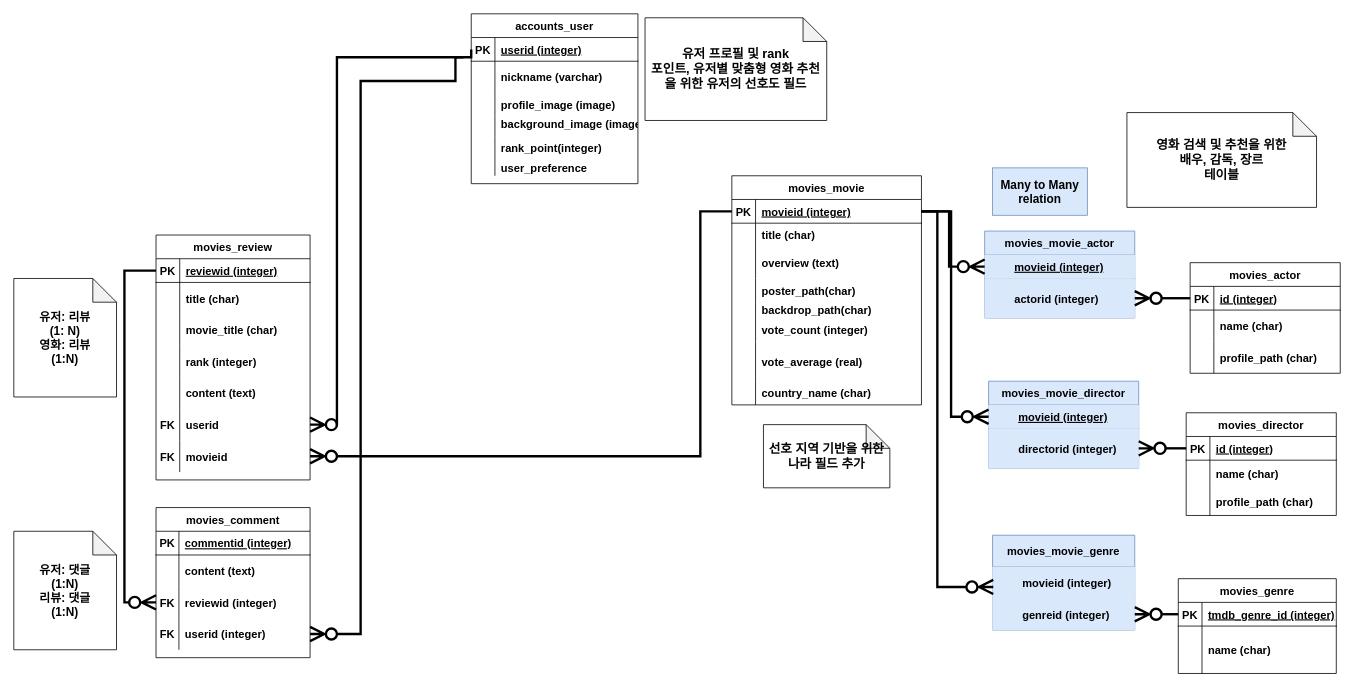
Santiago-kwp/TIL keeps this draw.io diagram as sqlite-learn/prac_sql/movie_pjt.drawio. Above is the earlier version. Source tidied: cells renumbered, new cells numbered last; positions are measured from the earlier drawing's top-left corner, leaving out a move shared by most shapes. Both pictures are drawn from the tidied source at 79%, with x=0, y=0 at pixel (13, 13).
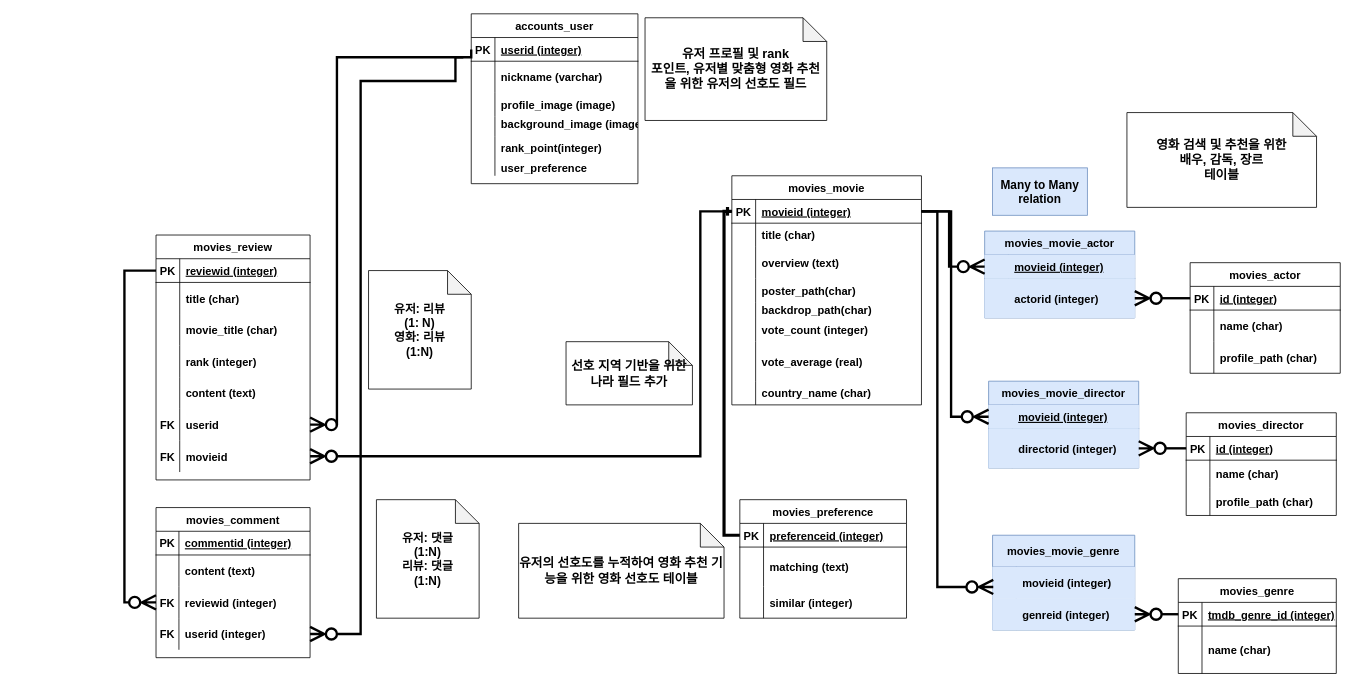
The same page after the edit.

Unchanged cells that the change refers to:
```xml
<mxCell id="23" style="shape=partialRectangle;fillColor=none;top=0;left=0;bottom=1;right=0;points=[[0,0.5],[1,0.5]];portConstraint=eastwest;fontStyle=1;fontSize=14;" parent="22" vertex="1">
  <mxGeometry y="30" width="240" height="30" as="geometry" />
</mxCell>
<mxCell id="26" style="shape=partialRectangle;fillColor=none;top=0;left=0;bottom=0;right=0;fontStyle=1;fontSize=14;" parent="22" vertex="1">
  <mxGeometry y="60" width="240" height="30" as="geometry" />
</mxCell>
<mxCell id="29" style="shape=partialRectangle;fillColor=none;top=0;left=0;bottom=0;right=0;fontStyle=1;fontSize=14;" parent="22" vertex="1">
  <mxGeometry y="90" width="240" height="40" as="geometry" />
</mxCell>
<mxCell id="32" style="shape=partialRectangle;fillColor=none;top=0;left=0;bottom=0;right=0;fontStyle=1;fontSize=14;" parent="22" vertex="1">
  <mxGeometry y="130" width="240" height="30" as="geometry" />
</mxCell>
<mxCell id="35" style="shape=partialRectangle;fillColor=none;top=0;left=0;bottom=0;right=0;fontStyle=1;fontSize=14;" parent="22" vertex="1">
  <mxGeometry y="160" width="240" height="20" as="geometry" />
</mxCell>
<mxCell id="38" style="shape=partialRectangle;fillColor=none;top=0;left=0;bottom=0;right=0;fontStyle=1;fontSize=14;" parent="22" vertex="1">
  <mxGeometry y="180" width="240" height="30" as="geometry" />
</mxCell>
<mxCell id="41" style="shape=partialRectangle;fillColor=none;top=0;left=0;bottom=0;right=0;fontStyle=1;fontSize=14;" parent="22" vertex="1">
  <mxGeometry y="210" width="240" height="50" as="geometry" />
</mxCell>
<mxCell id="44" style="shape=partialRectangle;fillColor=none;top=0;left=0;bottom=0;right=0;fontStyle=1;fontSize=14;" parent="22" vertex="1">
  <mxGeometry y="260" width="240" height="30" as="geometry" />
</mxCell>
```

The edit, as a diff of the source:
```diff
@@
     <mxCell id="24" value="PK" style="shape=partialRectangle;fillColor=none;top=0;left=0;bottom=0;right=0;fontStyle=1;overflow=hidden;fontSize=14;" parent="23" vertex="1">
-      <mxGeometry width="30" height="30" as="geometry" />
+      <mxGeometry width="30.1" height="30" as="geometry" />
     </mxCell>
     <mxCell id="25" value="movieid (integer)" style="shape=partialRectangle;fillColor=none;top=0;left=0;bottom=0;right=0;align=left;spacingLeft=6;fontStyle=5;overflow=hidden;fontSize=14;" parent="23" vertex="1">
-      <mxGeometry x="30" width="210" height="30" as="geometry" />
+      <mxGeometry x="30.1" width="209.9" height="30" as="geometry" />
     </mxCell>
@@
     <mxCell id="27" style="shape=partialRectangle;fillColor=none;top=0;left=0;bottom=0;right=0;overflow=hidden;fontStyle=1;fontSize=14;" parent="26" vertex="1">
-      <mxGeometry width="30" height="30" as="geometry" />
+      <mxGeometry width="30.1" height="30" as="geometry" />
     </mxCell>
     <mxCell id="28" value="title (char)" style="shape=partialRectangle;fillColor=none;top=0;left=0;bottom=0;right=0;align=left;spacingLeft=6;overflow=hidden;fontStyle=1;fontSize=14;" parent="26" vertex="1">
-      <mxGeometry x="30" width="210" height="30" as="geometry" />
+      <mxGeometry x="30.1" width="209.9" height="30" as="geometry" />
     </mxCell>
@@
     <mxCell id="30" style="shape=partialRectangle;fillColor=none;top=0;left=0;bottom=0;right=0;overflow=hidden;fontStyle=1;fontSize=14;" parent="29" vertex="1">
-      <mxGeometry width="30" height="40" as="geometry" />
+      <mxGeometry width="30.1" height="40" as="geometry" />
     </mxCell>
     <mxCell id="31" value="overview (text)" style="shape=partialRectangle;fillColor=none;top=0;left=0;bottom=0;right=0;align=left;spacingLeft=6;overflow=hidden;fontStyle=1;fontSize=14;" parent="29" vertex="1">
-      <mxGeometry x="30" width="210" height="40" as="geometry" />
+      <mxGeometry x="30.1" width="209.9" height="40" as="geometry" />
     </mxCell>
@@
     <mxCell id="33" style="shape=partialRectangle;fillColor=none;top=0;left=0;bottom=0;right=0;overflow=hidden;fontStyle=1;fontSize=14;" parent="32" vertex="1">
-      <mxGeometry width="30" height="30" as="geometry" />
+      <mxGeometry width="30.1" height="30" as="geometry" />
     </mxCell>
     <mxCell id="34" value="poster_path(char)" style="shape=partialRectangle;fillColor=none;top=0;left=0;bottom=0;right=0;align=left;spacingLeft=6;overflow=hidden;fontStyle=1;fontSize=14;" parent="32" vertex="1">
-      <mxGeometry x="30" width="210" height="30" as="geometry" />
+      <mxGeometry x="30.1" width="209.9" height="30" as="geometry" />
     </mxCell>
@@
     <mxCell id="36" style="shape=partialRectangle;fillColor=none;top=0;left=0;bottom=0;right=0;overflow=hidden;fontStyle=1;fontSize=14;" parent="35" vertex="1">
-      <mxGeometry width="30" height="20" as="geometry" />
+      <mxGeometry width="30.1" height="20" as="geometry" />
     </mxCell>
     <mxCell id="37" value="backdrop_path(char)" style="shape=partialRectangle;fillColor=none;top=0;left=0;bottom=0;right=0;align=left;spacingLeft=6;overflow=hidden;fontStyle=1;fontSize=14;" parent="35" vertex="1">
-      <mxGeometry x="30" width="210" height="20" as="geometry" />
+      <mxGeometry x="30.1" width="209.9" height="20" as="geometry" />
     </mxCell>
@@
     <mxCell id="39" style="shape=partialRectangle;fillColor=none;top=0;left=0;bottom=0;right=0;overflow=hidden;fontStyle=1;fontSize=14;" parent="38" vertex="1">
-      <mxGeometry width="30" height="30" as="geometry" />
+      <mxGeometry width="30.1" height="30" as="geometry" />
     </mxCell>
     <mxCell id="40" value="vote_count (integer)" style="shape=partialRectangle;fillColor=none;top=0;left=0;bottom=0;right=0;align=left;spacingLeft=6;overflow=hidden;fontStyle=1;fontSize=14;" parent="38" vertex="1">
-      <mxGeometry x="30" width="210" height="30" as="geometry" />
+      <mxGeometry x="30.1" width="209.9" height="30" as="geometry" />
     </mxCell>
@@
     <mxCell id="42" style="shape=partialRectangle;fillColor=none;top=0;left=0;bottom=0;right=0;overflow=hidden;fontStyle=1;fontSize=14;" parent="41" vertex="1">
-      <mxGeometry width="30" height="50" as="geometry" />
+      <mxGeometry width="30.1" height="50" as="geometry" />
     </mxCell>
     <mxCell id="43" value="vote_average (real)" style="shape=partialRectangle;fillColor=none;top=0;left=0;bottom=0;right=0;align=left;spacingLeft=6;overflow=hidden;fontStyle=1;fontSize=14;" parent="41" vertex="1">
-      <mxGeometry x="30" width="210" height="50" as="geometry" />
+      <mxGeometry x="30.1" width="209.9" height="50" as="geometry" />
     </mxCell>
@@
     <mxCell id="45" style="shape=partialRectangle;fillColor=none;top=0;left=0;bottom=0;right=0;overflow=hidden;fontStyle=1;fontSize=14;" parent="44" vertex="1">
-      <mxGeometry width="30" height="30" as="geometry" />
+      <mxGeometry width="30.1" height="30" as="geometry" />
     </mxCell>
     <mxCell id="46" value="country_name (char)" style="shape=partialRectangle;fillColor=none;top=0;left=0;bottom=0;right=0;align=left;spacingLeft=6;overflow=hidden;fontStyle=1;fontSize=14;" parent="44" vertex="1">
-      <mxGeometry x="30" width="210" height="30" as="geometry" />
+      <mxGeometry x="30.1" width="209.9" height="30" as="geometry" />
     </mxCell>
@@
     <mxCell id="139" value="&lt;span style=&quot;font-size: 15px&quot;&gt;&lt;b&gt;유저: 댓글&lt;br&gt;(1:N)&lt;br&gt;리뷰: 댓글&lt;br&gt;(1:N)&lt;br&gt;&lt;/b&gt;&lt;/span&gt;" style="shape=note;whiteSpace=wrap;html=1;backgroundOutline=1;darkOpacity=0.05;fontSize=13;gradientColor=none;" parent="1" vertex="1">
-      <mxGeometry y="655" width="130" height="150" as="geometry" />
+      <mxGeometry x="459" y="615" width="130" height="150" as="geometry" />
     </mxCell>
     <mxCell id="140" value="&lt;b style=&quot;font-size: 15px&quot;&gt;유저: 리뷰&lt;br&gt;(1: N)&lt;br&gt;영화: 리뷰&lt;br&gt;(1:N)&lt;/b&gt;" style="shape=note;whiteSpace=wrap;html=1;backgroundOutline=1;darkOpacity=0.05;fontSize=13;gradientColor=none;" parent="1" vertex="1">
-      <mxGeometry y="335" width="130" height="150" as="geometry" />
+      <mxGeometry x="449" y="325" width="130" height="150" as="geometry" />
     </mxCell>
@@
     <mxCell id="144" value="&lt;b style=&quot;font-size: 16px&quot;&gt;선호 지역 기반을 위한&lt;br&gt;나라 필드 추가&lt;br&gt;&lt;/b&gt;" style="shape=note;whiteSpace=wrap;html=1;backgroundOutline=1;darkOpacity=0.05;fontSize=13;gradientColor=none;" parent="1" vertex="1">
-      <mxGeometry x="948.9" y="520" width="160" height="80" as="geometry" />
+      <mxGeometry x="699" y="415" width="160" height="80" as="geometry" />
     </mxCell>
+    <mxCell id="145" value="movies_preference" style="shape=table;startSize=30;childLayout=tableLayout;rowLines=0;fontStyle=1;align=center;fontSize=14;" parent="1" vertex="1">
+      <mxGeometry x="919" y="615" width="211" height="150" as="geometry" />
+    </mxCell>
+    <mxCell id="146" style="shape=partialRectangle;fillColor=none;top=0;left=0;bottom=1;right=0;points=[[0,0.5],[1,0.5]];portConstraint=eastwest;fontStyle=1;fontSize=14;" parent="145" vertex="1">
+      <mxGeometry y="30" width="211" height="30" as="geometry" />
+    </mxCell>
+    <mxCell id="147" value="PK" style="shape=partialRectangle;fillColor=none;top=0;left=0;bottom=0;right=0;fontStyle=1;overflow=hidden;fontSize=14;" parent="146" vertex="1">
+      <mxGeometry width="30" height="30" as="geometry" />
+    </mxCell>
+    <mxCell id="148" value="preferenceid (integer)" style="shape=partialRectangle;fillColor=none;top=0;left=0;bottom=0;right=0;align=left;spacingLeft=6;fontStyle=5;overflow=hidden;fontSize=14;" parent="146" vertex="1">
+      <mxGeometry x="30" width="181" height="30" as="geometry" />
+    </mxCell>
+    <mxCell id="149" style="shape=partialRectangle;fillColor=none;top=0;left=0;bottom=0;right=0;fontStyle=1;fontSize=14;" parent="145" vertex="1">
+      <mxGeometry y="60" width="211" height="50" as="geometry" />
+    </mxCell>
+    <mxCell id="150" style="shape=partialRectangle;fillColor=none;top=0;left=0;bottom=0;right=0;overflow=hidden;fontStyle=1;fontSize=14;" parent="149" vertex="1">
+      <mxGeometry width="30" height="50" as="geometry" />
+    </mxCell>
+    <mxCell id="151" value="matching (text)" style="shape=partialRectangle;fillColor=none;top=0;left=0;bottom=0;right=0;align=left;spacingLeft=6;overflow=hidden;fontStyle=1;fontSize=14;" parent="149" vertex="1">
+      <mxGeometry x="30" width="181" height="50" as="geometry" />
+    </mxCell>
+    <mxCell id="152" style="shape=partialRectangle;fillColor=none;top=0;left=0;bottom=0;right=0;fontStyle=1;fontSize=14;" parent="145" vertex="1">
+      <mxGeometry y="110" width="211" height="40" as="geometry" />
+    </mxCell>
+    <mxCell id="153" style="shape=partialRectangle;fillColor=none;top=0;left=0;bottom=0;right=0;overflow=hidden;fontStyle=1;fontSize=14;" parent="152" vertex="1">
+      <mxGeometry width="30" height="40" as="geometry" />
+    </mxCell>
+    <mxCell id="154" value="similar (integer)" style="shape=partialRectangle;fillColor=none;top=0;left=0;bottom=0;right=0;align=left;spacingLeft=6;overflow=hidden;fontStyle=1;fontSize=14;" parent="152" vertex="1">
+      <mxGeometry x="30" width="181" height="40" as="geometry" />
+    </mxCell>
+    <mxCell id="155" value="&lt;b style=&quot;font-size: 16px&quot;&gt;유저의 선호도를 누적하여 영화 추천 기능을 위한 영화 선호도 테이블&lt;br&gt;&lt;/b&gt;" style="shape=note;whiteSpace=wrap;html=1;backgroundOutline=1;darkOpacity=0.05;fontSize=13;gradientColor=none;" parent="1" vertex="1">
+      <mxGeometry x="639" y="645" width="260" height="120" as="geometry" />
+    </mxCell>
+    <mxCell id="156" style="edgeStyle=orthogonalEdgeStyle;rounded=0;jettySize=auto;html=1;exitX=0;exitY=0.5;exitDx=0;exitDy=0;fontSize=16;startArrow=none;startFill=0;endArrow=ERone;endFill=0;strokeColor=default;startSize=5;strokeWidth=4;" parent="1" edge="1" source="146" target="23">
+      <mxGeometry relative="1" as="geometry" />
+    </mxCell>
```
